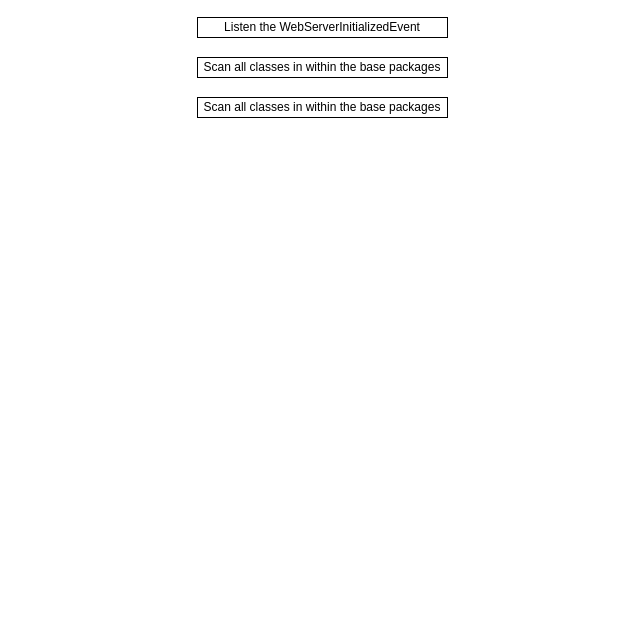
Before: Cygnus.drawio in D15190304050/drawio_charts, a draw.io diagram. Source tidied: cells renumbered, new cells numbered last; positions are measured from the earlier drawing's top-left corner, leaving out a move shared by most shapes. Both pictures are drawn from the tidied source at 100%, with x=0, y=0 at pixel (197, 17).
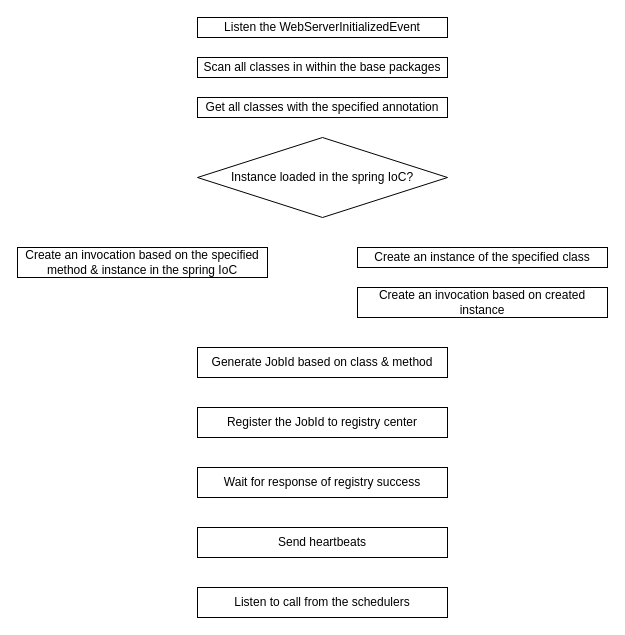
After the change.

The edit, as a diff of the source:
```diff
@@
 <mxGraphModel>
   <root>
     <mxCell id="0" />
     <mxCell id="1" parent="0" />
     <mxCell id="2" value="Listen the&amp;nbsp;WebServerInitializedEvent" style="rounded=0;whiteSpace=wrap;html=1;" parent="1" vertex="1">
       <mxGeometry width="250" height="20" as="geometry" />
     </mxCell>
     <mxCell id="3" value="Scan all classes in within the base packages" style="rounded=0;whiteSpace=wrap;html=1;" parent="1" vertex="1">
       <mxGeometry y="40" width="250" height="20" as="geometry" />
     </mxCell>
-    <mxCell id="4" value="Scan all classes in within the base packages" style="rounded=0;whiteSpace=wrap;html=1;" parent="1" vertex="1">
+    <mxCell id="4" value="Get all classes with the specified annotation" style="rounded=0;whiteSpace=wrap;html=1;" parent="1" vertex="1">
       <mxGeometry y="80" width="250" height="20" as="geometry" />
     </mxCell>
+    <mxCell id="5" value="Create an invocation based on the specified method &amp;amp; instance in the spring IoC" style="rounded=0;whiteSpace=wrap;html=1;" parent="1" vertex="1">
+      <mxGeometry x="-180" y="230" width="250" height="30" as="geometry" />
+    </mxCell>
+    <mxCell id="6" value="Instance loaded in the spring IoC?" style="rhombus;whiteSpace=wrap;html=1;" parent="1" vertex="1">
+      <mxGeometry y="120" width="250" height="80" as="geometry" />
+    </mxCell>
+    <mxCell id="7" value="Create an instance of the specified class" style="rounded=0;whiteSpace=wrap;html=1;" parent="1" vertex="1">
+      <mxGeometry x="160" y="230" width="250" height="20" as="geometry" />
+    </mxCell>
+    <mxCell id="8" value="Create an invocation based on created instance" style="rounded=0;whiteSpace=wrap;html=1;" parent="1" vertex="1">
+      <mxGeometry x="160" y="270" width="250" height="30" as="geometry" />
+    </mxCell>
+    <mxCell id="9" value="Generate JobId based on class &amp;amp; method" style="rounded=0;whiteSpace=wrap;html=1;" parent="1" vertex="1">
+      <mxGeometry y="330" width="250" height="30" as="geometry" />
+    </mxCell>
+    <mxCell id="10" value="Register the JobId to registry center" style="rounded=0;whiteSpace=wrap;html=1;" parent="1" vertex="1">
+      <mxGeometry y="390" width="250" height="30" as="geometry" />
+    </mxCell>
+    <mxCell id="11" value="Wait for response of registry success" style="rounded=0;whiteSpace=wrap;html=1;" parent="1" vertex="1">
+      <mxGeometry y="450" width="250" height="30" as="geometry" />
+    </mxCell>
+    <mxCell id="12" value="Send heartbeats" style="rounded=0;whiteSpace=wrap;html=1;" parent="1" vertex="1">
+      <mxGeometry y="510" width="250" height="30" as="geometry" />
+    </mxCell>
+    <mxCell id="13" value="Listen to call from the schedulers" style="rounded=0;whiteSpace=wrap;html=1;" parent="1" vertex="1">
+      <mxGeometry y="570" width="250" height="30" as="geometry" />
+    </mxCell>
   </root>
 </mxGraphModel>
```
